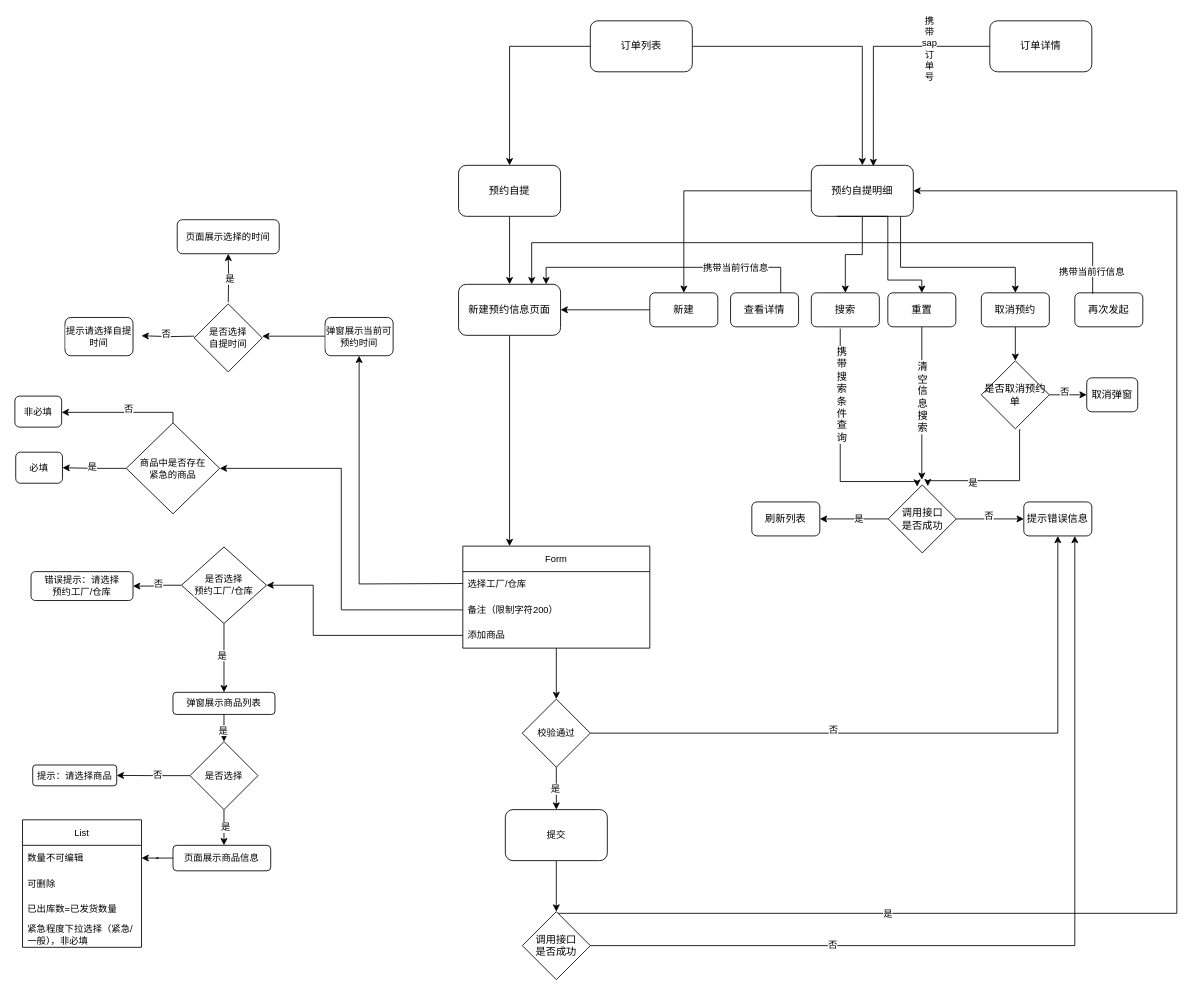
This is 管业增加自提订单预约功能/新建预约信息页面.drawio from wangadai/draw, a draw.io file, before an edit. Source tidied: cells renumbered, new cells numbered last; positions are measured from the earlier drawing's top-left corner, leaving out a move shared by most shapes. Both pictures are drawn from the tidied source at 85%, with x=0, y=0 at pixel (14, 20).
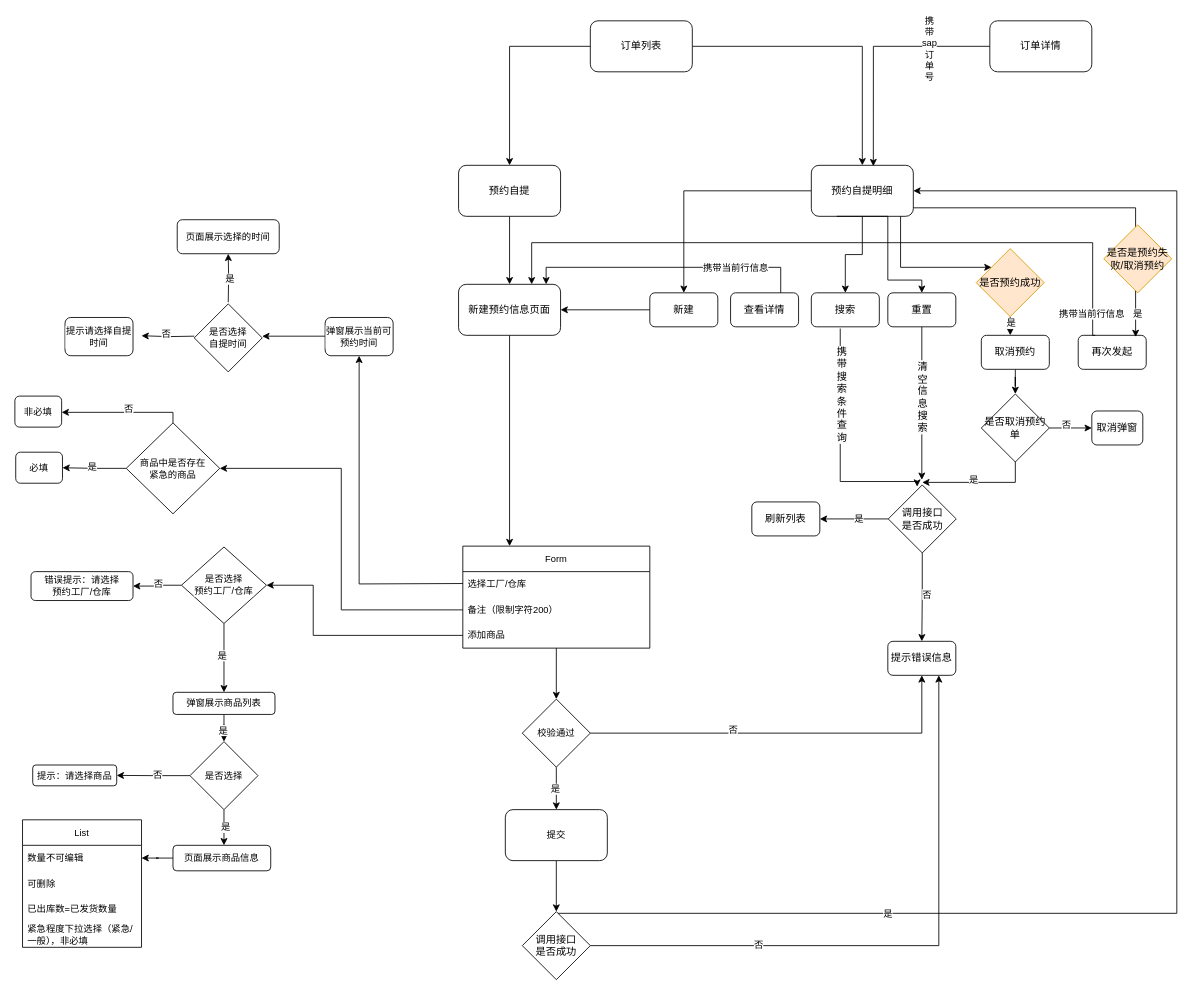
Above is the later version.

Commit message:
更新新建预约信息页面.drawio

The change refers to these unchanged cells:
```xml
<mxCell id="10" value="预约自提明细" style="rounded=1;whiteSpace=wrap;html=1;" parent="1" vertex="1">
  <mxGeometry x="937" y="170" width="120" height="60" as="geometry" />
</mxCell>
```

Change to the diagram source:
```diff
@@
-    <mxCell id="9" style="edgeStyle=orthogonalEdgeStyle;shape=connector;rounded=0;jettySize=auto;html=1;strokeColor=default;align=center;verticalAlign=middle;fontFamily=Helvetica;fontSize=11;fontColor=default;labelBackgroundColor=default;endArrow=classic;" parent="1" edge="1" source="10" target="24">
+    <mxCell id="9" style="edgeStyle=orthogonalEdgeStyle;shape=connector;rounded=0;jettySize=auto;html=1;strokeColor=default;align=center;verticalAlign=middle;fontFamily=Helvetica;fontSize=11;fontColor=default;labelBackgroundColor=default;endArrow=classic;" parent="1" edge="1" source="109" target="24">
       <mxGeometry relative="1" as="geometry">
         <Array as="points">
-          <mxPoint x="1042" y="290" />
           <mxPoint x="1177" y="290" />
         </Array>
       </mxGeometry>
     </mxCell>
+    <mxCell id="105" value="是" style="edgeLabel;html=1;align=center;verticalAlign=middle;" parent="9" vertex="1">
+      <mxGeometry x="-0.36" relative="1" as="geometry" />
+    </mxCell>
@@
     <mxCell id="22" value="提示错误信息" style="rounded=1;whiteSpace=wrap;html=1;" parent="1" vertex="1">
-      <mxGeometry x="1187" y="566" width="80" height="40" as="geometry" />
+      <mxGeometry x="1027" y="730" width="80" height="40" as="geometry" />
     </mxCell>
@@
     <mxCell id="24" value="取消预约" style="whiteSpace=wrap;html=1;rounded=1;glass=0;strokeWidth=1;shadow=0;" parent="1" vertex="1">
-      <mxGeometry x="1137" y="320" width="80" height="40" as="geometry" />
+      <mxGeometry x="1137" y="370" width="80" height="40" as="geometry" />
     </mxCell>
@@
     <mxCell id="52" value="再次发起" style="whiteSpace=wrap;html=1;rounded=1;glass=0;strokeWidth=1;shadow=0;" parent="1" vertex="1">
-      <mxGeometry x="1247" y="320" width="80" height="40" as="geometry" />
+      <mxGeometry x="1251" y="370" width="80" height="40" as="geometry" />
     </mxCell>
-    <mxCell id="53" style="edgeStyle=orthogonalEdgeStyle;shape=connector;rounded=0;orthogonalLoop=1;jettySize=auto;html=1;entryX=0.833;entryY=-0.017;entryDx=0;entryDy=0;entryPerimeter=0;strokeColor=default;align=center;verticalAlign=middle;fontFamily=Helvetica;fontSize=11;fontColor=default;labelBackgroundColor=default;endArrow=classic;" parent="1" edge="1">
+    <mxCell id="53" style="edgeStyle=orthogonalEdgeStyle;shape=connector;rounded=0;jettySize=auto;html=1;entryX=0.833;entryY=-0.017;entryDx=0;entryDy=0;entryPerimeter=0;strokeColor=default;align=center;verticalAlign=middle;fontFamily=Helvetica;fontSize=11;fontColor=default;labelBackgroundColor=default;endArrow=classic;exitX=0.25;exitY=0;exitDx=0;exitDy=0;" parent="1" edge="1" source="52">
       <mxGeometry relative="1" as="geometry">
-        <mxPoint x="1268" y="321" as="sourcePoint" />
         <mxPoint x="608" y="310" as="targetPoint" />
         <Array as="points">
+          <mxPoint x="1268" y="370" />
           <mxPoint x="1268" y="261" />
           <mxPoint x="608" y="261" />
         </Array>
       </mxGeometry>
     </mxCell>
@@
-    <mxCell id="55" style="edgeStyle=orthogonalEdgeStyle;shape=connector;rounded=0;orthogonalLoop=1;jettySize=auto;html=1;strokeColor=default;align=center;verticalAlign=middle;fontFamily=Helvetica;fontSize=11;fontColor=default;labelBackgroundColor=default;endArrow=classic;" parent="1" edge="1">
-      <mxGeometry relative="1" as="geometry">
-        <mxPoint x="1183" y="481" as="sourcePoint" />
-        <mxPoint x="1074" y="547.5" as="targetPoint" />
-        <Array as="points">
-          <mxPoint x="1182" y="481" />
-          <mxPoint x="1182" y="541" />
-          <mxPoint x="1074" y="541" />
-        </Array>
-      </mxGeometry>
-    </mxCell>
-    <mxCell id="56" value="是" style="edgeLabel;html=1;align=center;verticalAlign=middle;fontFamily=Helvetica;fontSize=11;fontColor=default;labelBackgroundColor=default;" parent="55" vertex="1">
-      <mxGeometry x="0.33" y="2" relative="1" as="geometry" />
-    </mxCell>
@@
+    <mxCell id="106" style="edgeStyle=orthogonalEdgeStyle;rounded=0;orthogonalLoop=1;jettySize=auto;html=1;entryX=0.5;entryY=0;entryDx=0;entryDy=0;" parent="1" edge="1">
+      <mxGeometry relative="1" as="geometry">
+        <mxPoint x="1177" y="516" as="sourcePoint" />
+        <mxPoint x="1067.5" y="543" as="targetPoint" />
+        <Array as="points">
+          <mxPoint x="1177" y="543" />
+        </Array>
+      </mxGeometry>
+    </mxCell>
+    <mxCell id="107" value="是" style="edgeLabel;html=1;align=center;verticalAlign=middle;" parent="106" vertex="1">
+      <mxGeometry x="0.13" y="-4" relative="1" as="geometry" />
+    </mxCell>
     <mxCell id="59" value="是否取消预约单" style="rhombus;whiteSpace=wrap;html=1;" parent="1" vertex="1">
-      <mxGeometry x="1137" y="400" width="80" height="80" as="geometry" />
+      <mxGeometry x="1137" y="439" width="80" height="80" as="geometry" />
     </mxCell>
     <mxCell id="60" value="&lt;span style=&quot;font-size: 12px; background-color: rgb(251, 251, 251);&quot;&gt;取消弹窗&lt;/span&gt;" style="rounded=1;whiteSpace=wrap;html=1;fontFamily=Helvetica;fontSize=11;fontColor=default;labelBackgroundColor=default;" parent="1" vertex="1">
-      <mxGeometry x="1261" y="420" width="60" height="40" as="geometry" />
+      <mxGeometry x="1267" y="459" width="60" height="40" as="geometry" />
     </mxCell>
@@
+    <mxCell id="108" style="edgeStyle=orthogonalEdgeStyle;shape=connector;rounded=0;jettySize=auto;html=1;strokeColor=default;align=center;verticalAlign=middle;fontFamily=Helvetica;fontSize=11;fontColor=default;labelBackgroundColor=default;endArrow=classic;" parent="1" edge="1" source="10" target="109">
+      <mxGeometry relative="1" as="geometry">
+        <Array as="points">
+          <mxPoint x="1042" y="290" />
+        </Array>
+      </mxGeometry>
+    </mxCell>
+    <mxCell id="109" value="是否预约成功" style="rhombus;whiteSpace=wrap;html=1;fillColor=#ffe6cc;strokeColor=#d79b00;" parent="1" vertex="1">
+      <mxGeometry x="1131" y="268" width="80" height="80" as="geometry" />
+    </mxCell>
+    <mxCell id="110" style="edgeStyle=orthogonalEdgeStyle;rounded=0;jettySize=auto;html=1;entryX=0.844;entryY=0.05;entryDx=0;entryDy=0;entryPerimeter=0;" parent="1" edge="1" source="10" target="52">
+      <mxGeometry relative="1" as="geometry">
+        <Array as="points">
+          <mxPoint x="1319" y="220" />
+        </Array>
+      </mxGeometry>
+    </mxCell>
+    <mxCell id="111" value="是" style="edgeLabel;html=1;align=center;verticalAlign=middle;" parent="110" vertex="1">
+      <mxGeometry x="0.86" y="2" relative="1" as="geometry">
+        <mxPoint y="1" as="offset" />
+      </mxGeometry>
+    </mxCell>
+    <mxCell id="112" value="是否是预约失败/取消预约" style="rhombus;whiteSpace=wrap;html=1;fillColor=#ffe6cc;strokeColor=#d79b00;" parent="1" vertex="1">
+      <mxGeometry x="1281" y="240" width="80" height="80" as="geometry" />
+    </mxCell>
```
